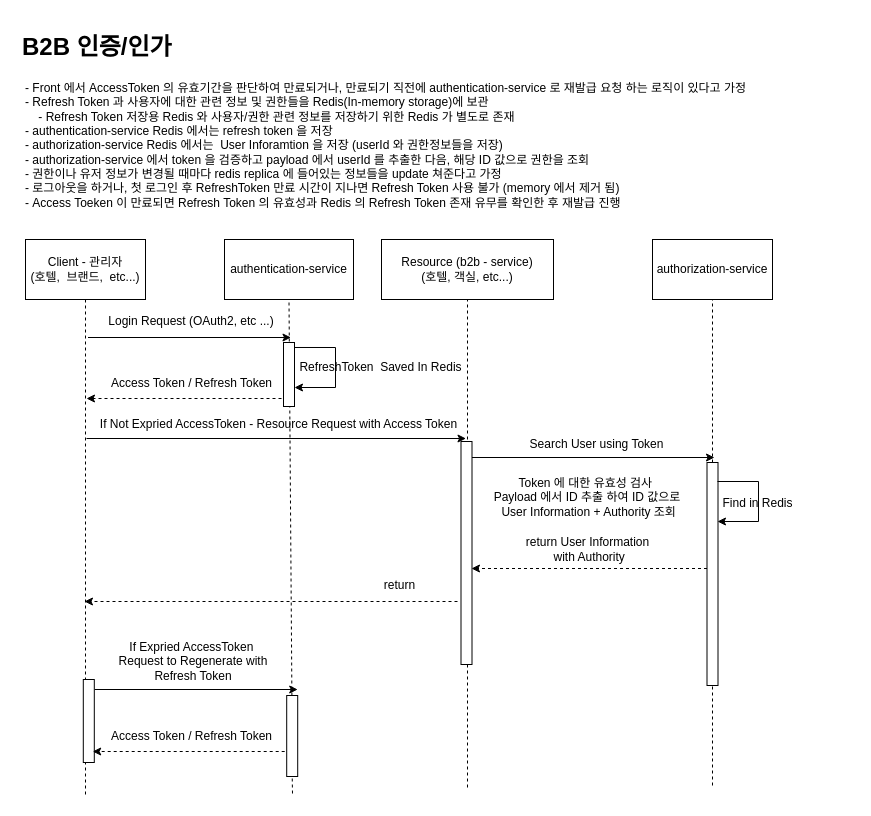
Above: drawio/Untitled Diagram.drawio in BAEKJungHo/TIL (draw.io), before the change. Source tidied: cells renumbered, new cells numbered last; positions are measured from the earlier drawing's top-left corner, leaving out a move shared by most shapes. Both pictures are drawn from the tidied source at 100%, with x=0, y=0 at pixel (17, 27).
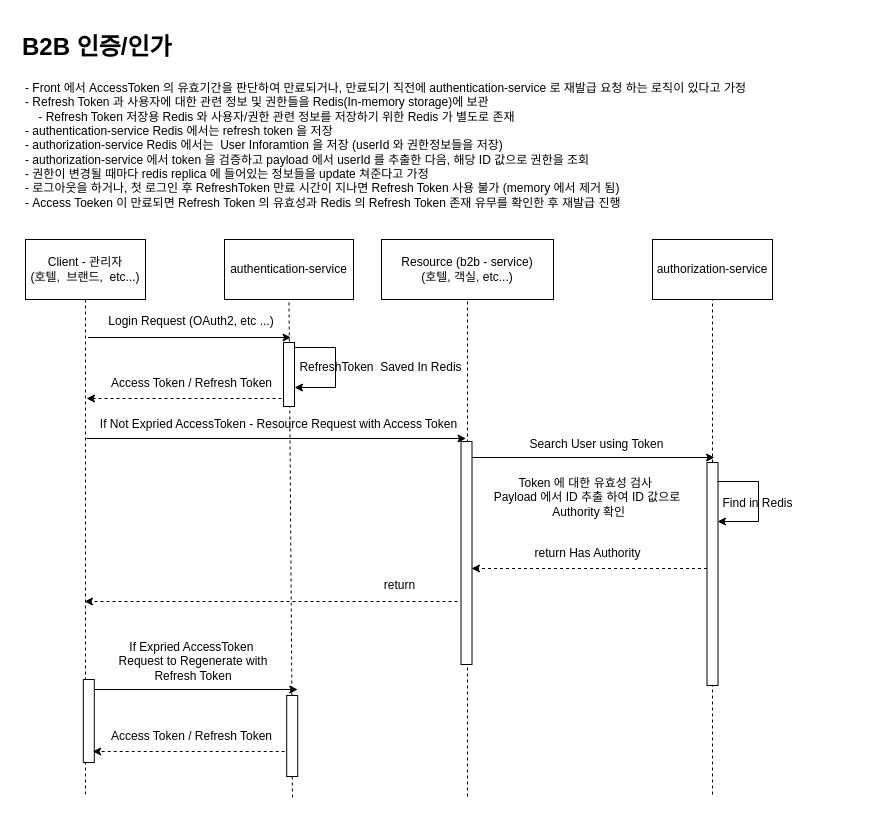
The same diagram, later.

Unchanged cells that the change refers to:
```xml
<mxCell id="6" value="Resource (b2b - service)&lt;br&gt;(호텔, 객실, etc...)" style="rounded=0;whiteSpace=wrap;html=1;" parent="1" vertex="1">
  <mxGeometry x="364" y="212" width="172" height="60" as="geometry" />
</mxCell>
<mxCell id="25" style="rounded=0;whiteSpace=wrap;html=1;" parent="1" vertex="1">
  <mxGeometry x="269.2" y="668" width="11" height="81" as="geometry" />
</mxCell>
<mxCell id="32" style="rounded=0;whiteSpace=wrap;html=1;" parent="1" vertex="1">
  <mxGeometry x="689.5" y="435" width="11" height="223" as="geometry" />
</mxCell>
```

Diff of the diagram source:
```diff
@@
     <mxCell id="9" style="endArrow=none;dashed=1;html=1;rounded=0;entryX=0.5;entryY=1;entryDx=0;entryDy=0;" parent="1" edge="1" target="6">
       <mxGeometry relative="1" as="geometry">
-        <mxPoint x="450" y="760" as="sourcePoint" />
+        <mxPoint x="450" y="769" as="sourcePoint" />
       </mxGeometry>
     </mxCell>
@@
-    <mxCell id="19" value="- Front 에서 AccessToken 의 유효기간을 판단하여 만료되거나, 만료되기 직전에 authentication-service 로 재발급 요청 하는 로직이 있다고 가정&lt;br&gt;- Refresh Token 과 사용자에 대한 관련 정보 및 권한들을 Redis(In-memory storage)에 보관&lt;br&gt;&amp;nbsp; &amp;nbsp; - Refresh Token 저장용 Redis 와 사용자/권한 관련 정보를 저장하기 위한 Redis 가 별도로 존재&lt;br&gt;- authentication-service Redis 에서는 refresh token 을 저장&lt;br&gt;- authorization-service Redis 에서는&amp;nbsp; User Inforamtion 을 저장 (userId 와 권한정보들을 저장)&lt;br&gt;- authorization-service 에서 token 을 검증하고 payload 에서 userId 를 추출한 다음, 해당 ID 값으로 권한을 조회&lt;br&gt;- 권한이나 유저 정보가 변경될 때마다 redis replica 에 들어있는 정보들을 update 쳐준다고 가정&lt;br&gt;- 로그아웃을 하거나, 첫 로그인 후 RefreshToken 만료 시간이 지나면 Refresh Token 사용 불가 (memory 에서 제거 됨)&lt;br&gt;- Access Toeken 이 만료되면 Refresh Token 의 유효성과 Redis 의 Refresh Token 존재 유무를 확인한 후 재발급 진행" style="text;html=1;strokeColor=none;fillColor=none;align=left;verticalAlign=middle;whiteSpace=wrap;rounded=0;" parent="1" vertex="1">
+    <mxCell id="19" value="- Front 에서 AccessToken 의 유효기간을 판단하여 만료되거나, 만료되기 직전에 authentication-service 로 재발급 요청 하는 로직이 있다고 가정&lt;br&gt;- Refresh Token 과 사용자에 대한 관련 정보 및 권한들을 Redis(In-memory storage)에 보관&lt;br&gt;&amp;nbsp; &amp;nbsp; - Refresh Token 저장용 Redis 와 사용자/권한 관련 정보를 저장하기 위한 Redis 가 별도로 존재&lt;br&gt;- authentication-service Redis 에서는 refresh token 을 저장&lt;br&gt;- authorization-service Redis 에서는&amp;nbsp; User Inforamtion 을 저장 (userId 와 권한정보들을 저장)&lt;br&gt;- authorization-service 에서 token 을 검증하고 payload 에서 userId 를 추출한 다음, 해당 ID 값으로 권한을 조회&lt;br&gt;- 권한이 변경될 때마다 redis replica 에 들어있는 정보들을 update 쳐준다고 가정&lt;br&gt;- 로그아웃을 하거나, 첫 로그인 후 RefreshToken 만료 시간이 지나면 Refresh Token 사용 불가 (memory 에서 제거 됨)&lt;br&gt;- Access Toeken 이 만료되면 Refresh Token 의 유효성과 Redis 의 Refresh Token 존재 유무를 확인한 후 재발급 진행" style="text;html=1;strokeColor=none;fillColor=none;align=left;verticalAlign=middle;whiteSpace=wrap;rounded=0;" parent="1" vertex="1">
       <mxGeometry x="6" y="43" width="782.5" height="149" as="geometry" />
     </mxCell>
@@
     <mxCell id="26" style="endArrow=none;dashed=1;html=1;rounded=0;entryX=0.5;entryY=1;entryDx=0;entryDy=0;" parent="1" edge="1" target="25">
       <mxGeometry relative="1" as="geometry">
-        <mxPoint x="275" y="766" as="sourcePoint" />
+        <mxPoint x="275" y="770" as="sourcePoint" />
       </mxGeometry>
     </mxCell>
@@
     <mxCell id="33" style="endArrow=none;dashed=1;html=1;rounded=0;entryX=0.5;entryY=1;entryDx=0;entryDy=0;" parent="1" edge="1" target="32">
       <mxGeometry relative="1" as="geometry">
-        <mxPoint x="695" y="758" as="sourcePoint" />
+        <mxPoint x="695" y="767" as="sourcePoint" />
       </mxGeometry>
     </mxCell>
@@
-    <mxCell id="36" value="return User Information&lt;br&gt;&amp;nbsp;with Authority" style="text;html=1;strokeColor=none;fillColor=none;align=center;verticalAlign=middle;whiteSpace=wrap;rounded=0;" parent="1" vertex="1">
-      <mxGeometry x="473.9" y="513" width="192.5" height="18" as="geometry" />
+    <mxCell id="36" value="return Has Authority" style="text;html=1;strokeColor=none;fillColor=none;align=center;verticalAlign=middle;whiteSpace=wrap;rounded=0;" parent="1" vertex="1">
+      <mxGeometry x="473.9" y="516.5" width="192.5" height="18" as="geometry" />
     </mxCell>
@@
-    <mxCell id="38" value="Token 에 대한 유효성 검사&amp;nbsp;&lt;br&gt;Payload 에서 ID 추출 하여 ID 값으로&lt;br&gt;&amp;nbsp;User Information + Authority 조회" style="text;html=1;strokeColor=none;fillColor=none;align=center;verticalAlign=middle;whiteSpace=wrap;rounded=0;" parent="1" vertex="1">
+    <mxCell id="38" value="Token 에 대한 유효성 검사&amp;nbsp;&lt;br&gt;Payload 에서 ID 추출 하여 ID 값으로&lt;br&gt;&amp;nbsp;Authority 확인" style="text;html=1;strokeColor=none;fillColor=none;align=center;verticalAlign=middle;whiteSpace=wrap;rounded=0;" parent="1" vertex="1">
       <mxGeometry x="427.1" y="455.5" width="286" height="29" as="geometry" />
     </mxCell>
```
